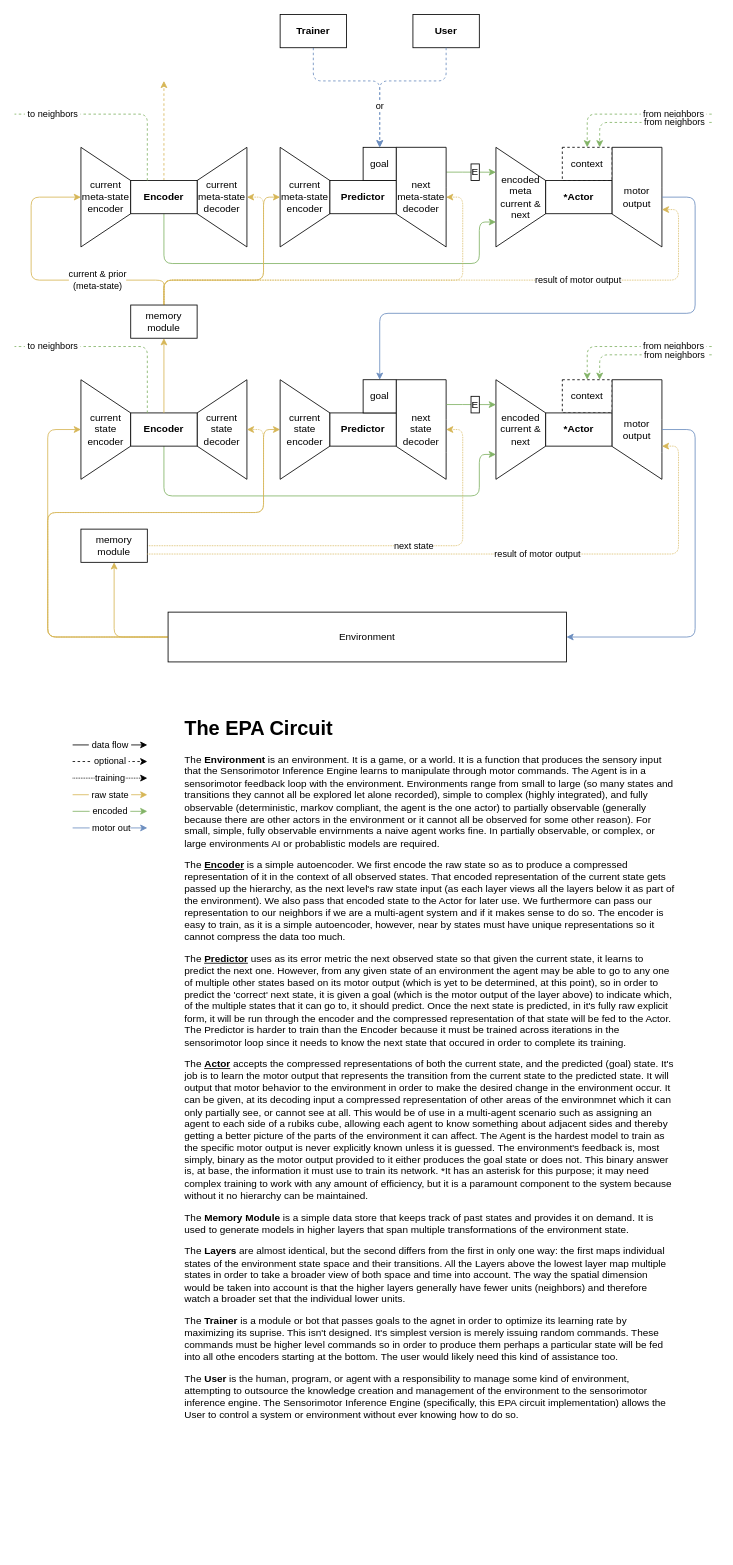
Above: docs/encoder_circuit.drawio in lastmeta/sensorimotor (draw.io), before the change. Source tidied: cells renumbered, new cells numbered last; positions are measured from the earlier drawing's top-left corner, leaving out a move shared by most shapes. Both pictures are drawn from the tidied source at 83%, with x=0, y=0 at pixel (14, 14).
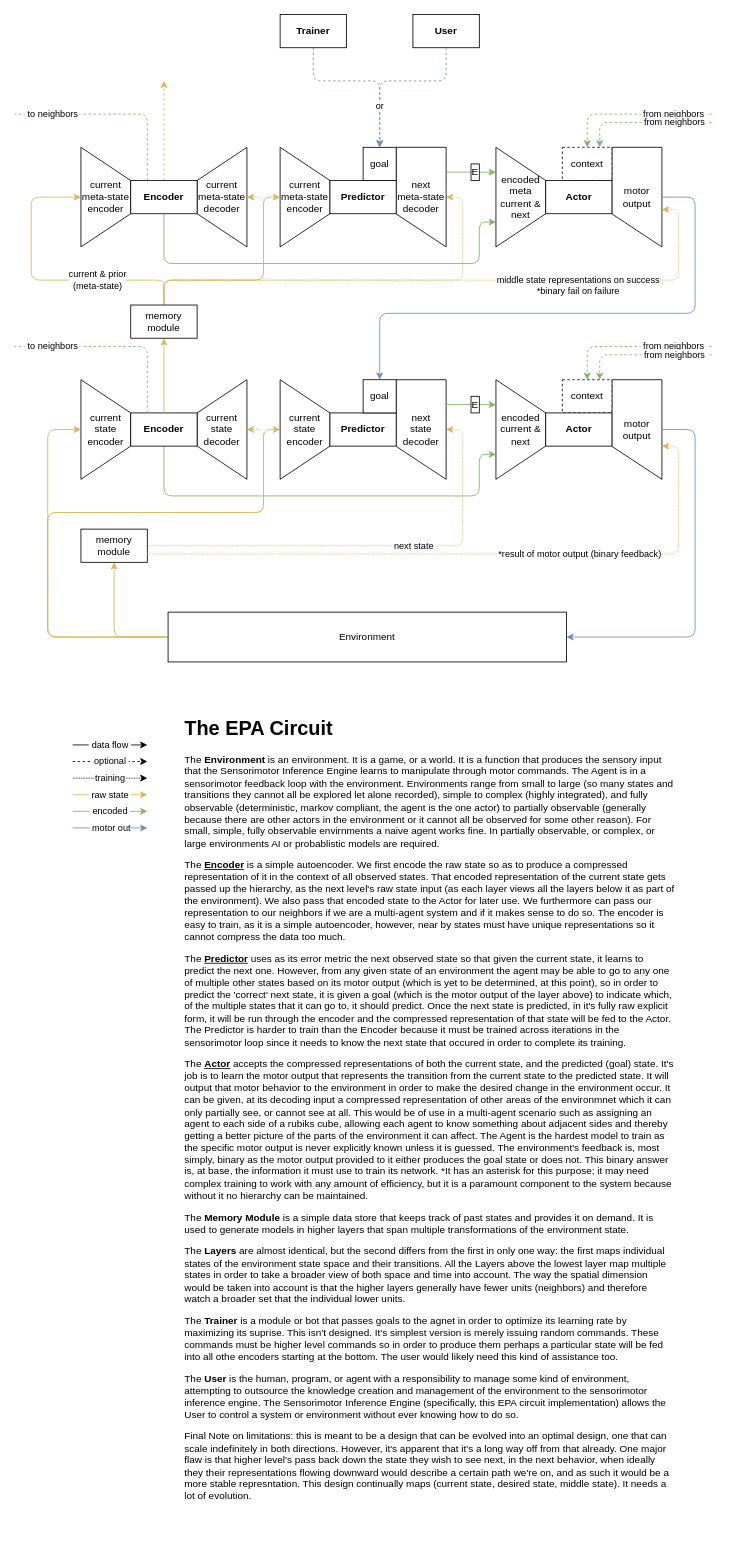
The same page after the edit.

Unchanged cells that the change refers to:
```xml
<mxCell id="31" value="motor output" style="text;html=1;strokeColor=none;fillColor=none;align=center;verticalAlign=middle;whiteSpace=wrap;rounded=0;fillStyle=auto;" parent="1" vertex="1">
  <mxGeometry x="720" y="480" width="60" height="40" as="geometry" />
</mxCell>
<mxCell id="77" value="memory module" style="rounded=0;whiteSpace=wrap;html=1;" parent="1" vertex="1">
  <mxGeometry x="80" y="620" width="80" height="40" as="geometry" />
</mxCell>
```

Diff of the diagram source:
```diff
@@
-    <mxCell id="22" value="&lt;b&gt;*Actor&lt;/b&gt;" style="text;html=1;strokeColor=none;fillColor=none;align=center;verticalAlign=middle;whiteSpace=wrap;rounded=0;" parent="1" vertex="1">
+    <mxCell id="22" value="&lt;b&gt;Actor&lt;/b&gt;" style="text;html=1;strokeColor=none;fillColor=none;align=center;verticalAlign=middle;whiteSpace=wrap;rounded=0;" parent="1" vertex="1">
       <mxGeometry x="650" y="485" width="60" height="30" as="geometry" />
     </mxCell>
@@
-    <mxCell id="50" value="&lt;b&gt;*Actor&lt;/b&gt;" style="text;html=1;strokeColor=none;fillColor=none;align=center;verticalAlign=middle;whiteSpace=wrap;rounded=0;" parent="1" vertex="1">
+    <mxCell id="50" value="&lt;b&gt;Actor&lt;/b&gt;" style="text;html=1;strokeColor=none;fillColor=none;align=center;verticalAlign=middle;whiteSpace=wrap;rounded=0;" parent="1" vertex="1">
       <mxGeometry x="650" y="205" width="60" height="30" as="geometry" />
     </mxCell>
@@
-    <mxCell id="75" value="&lt;h1&gt;The EPA Circuit&lt;/h1&gt;&lt;p&gt;The &lt;b&gt;Environment &lt;/b&gt;is an environment. It is a game, or a world. It is a function that produces the sensory input that the Sensorimotor Inference Engine learns to manipulate through motor commands. The Agent is in a sensorimotor feedback loop with the environment. Environments range from small to large (so many states and transitions they cannot all be explored let alone recorded), simple to complex (highly integrated), and fully observable (deterministic, markov compliant, the agent is the one actor) to partially observable (generally because there are other actors in the environment or it cannot all be observed for some other reason). For small, simple, fully observable envirnments a naive agent works fine. In partially observable, or complex, or large environments AI or probablistic models are required.&lt;/p&gt;&lt;p&gt;The&lt;b&gt; &lt;u&gt;Encoder&lt;/u&gt; &lt;/b&gt;is a&lt;b&gt;&amp;nbsp;&lt;/b&gt;simple autoencoder. We first encode the raw state so as to produce a compressed representation of it in the context of all observed states. That encoded representation of the current state gets passed up the hierarchy, as the next level's raw state input (as each layer views all the layers below it as part of the environment). We also pass that encoded state to the Actor for later use. We furthermore can pass our representation to our neighbors if we are a multi-agent system and if it makes sense to do so. The encoder is easy to train, as it is a simple autoencoder, however, near by states must have unique representations so it cannot compress the data too much.&lt;/p&gt;&lt;p&gt;The &lt;b&gt;&lt;u&gt;Predictor&lt;/u&gt;&lt;/b&gt;&amp;nbsp;uses as its error metric the next observed state so that given the current state, it learns to predict the next one. However, from any given state of an environment the agent may be able to go to any one of multiple other states based on its motor output (which is yet to be determined, at this point), so in order to predict the 'correct' next state, it is given a goal (which is the motor output of the layer above) to indicate which, of the multiple states that it can go to, it should predict. Once the next state is predicted, in it's fully raw explicit form, it will be run through the encoder and the compressed representation of that state will be fed to the Actor. The Predictor is harder to train than the Encoder because it must be trained across iterations in the sensorimotor loop since it needs to know the next state that occured in order to complete its training.&lt;/p&gt;&lt;p&gt;The &lt;b&gt;&lt;u&gt;Actor&lt;/u&gt;&lt;/b&gt;&amp;nbsp;accepts the compressed representations of both the current state, and the predicted (goal) state. It's job is to learn the motor output that represents the transition from the current state to the predicted state. It will output that motor behavior to the environment in order to make the desired change in the environment occur. It can be given, at its decoding input a compressed representation of other areas of the environmnet which it can only partially see, or cannot see at all. This would be of use in a multi-agent scenario such as assigning an agent to each side of a rubiks cube, allowing each agent to know something about adjacent sides and thereby getting a better picture of the parts of the environment it can affect. The Agent is the hardest model to train as the specific motor output is never explicitly known unless it is guessed. The environment's feedback is, most simply, binary as the motor output provided to it either produces the goal state or does not. This binary answer is, at base, the information it must use to train its network. *It has an asterisk for this purpose; it may need complex training to work with any amount of efficiency, but it is a paramount component to the system because without it no hierarchy can be maintained.&lt;/p&gt;&lt;p&gt;The &lt;b&gt;Memory Module &lt;/b&gt;is a simple data store that keeps track of past states and provides it on demand. It is used to generate models in higher layers that span multiple transformations of the environment state.&lt;/p&gt;&lt;p&gt;The &lt;b&gt;Layers &lt;/b&gt;are almost identical, but the second differs from the first in only one way: the first maps individual states of the environment state space and their transitions. All the Layers above the lowest layer map multiple states in order to take a broader view of both space and time into account. The way the spatial dimension would be taken into account is that the higher layers generally have fewer units (neighbors) and therefore watch a broader set that the individual lower units.&lt;/p&gt;&lt;p&gt;The &lt;b&gt;Trainer&lt;/b&gt; is a module or bot that passes goals to the agnet in order to optimize its learning rate by maximizing its suprise. This isn't designed. It's simplest version is merely issuing random commands. These commands must be higher level commands so in order to produce them perhaps a particular state will be fed into all othe encoders starting at the bottom. The user would likely need this kind of assistance too.&lt;/p&gt;&lt;p&gt;The &lt;b&gt;User&lt;/b&gt;&amp;nbsp;is the human, program, or agent with a responsibility to manage some kind of environment, attempting to outsource the knowledge creation and management of the environment to the sensorimotor inference engine. The Sensorimotor Inference Engine (specifically, this EPA circuit implementation) allows the User to control a system or environment without ever knowing how to do so.&lt;/p&gt;" style="text;html=1;strokeColor=none;fillColor=none;spacing=5;spacingTop=-20;whiteSpace=wrap;overflow=hidden;rounded=0;dashed=1;fillStyle=auto;" parent="1" vertex="1">
-      <mxGeometry x="200" y="840" width="600" height="860" as="geometry" />
+    <mxCell id="75" value="&lt;h1&gt;The EPA Circuit&lt;/h1&gt;&lt;p&gt;The &lt;b&gt;Environment &lt;/b&gt;is an environment. It is a game, or a world. It is a function that produces the sensory input that the Sensorimotor Inference Engine learns to manipulate through motor commands. The Agent is in a sensorimotor feedback loop with the environment. Environments range from small to large (so many states and transitions they cannot all be explored let alone recorded), simple to complex (highly integrated), and fully observable (deterministic, markov compliant, the agent is the one actor) to partially observable (generally because there are other actors in the environment or it cannot all be observed for some other reason). For small, simple, fully observable envirnments a naive agent works fine. In partially observable, or complex, or large environments AI or probablistic models are required.&lt;/p&gt;&lt;p&gt;The&lt;b&gt; &lt;u&gt;Encoder&lt;/u&gt; &lt;/b&gt;is a&lt;b&gt;&amp;nbsp;&lt;/b&gt;simple autoencoder. We first encode the raw state so as to produce a compressed representation of it in the context of all observed states. That encoded representation of the current state gets passed up the hierarchy, as the next level's raw state input (as each layer views all the layers below it as part of the environment). We also pass that encoded state to the Actor for later use. We furthermore can pass our representation to our neighbors if we are a multi-agent system and if it makes sense to do so. The encoder is easy to train, as it is a simple autoencoder, however, near by states must have unique representations so it cannot compress the data too much.&lt;/p&gt;&lt;p&gt;The &lt;b&gt;&lt;u&gt;Predictor&lt;/u&gt;&lt;/b&gt;&amp;nbsp;uses as its error metric the next observed state so that given the current state, it learns to predict the next one. However, from any given state of an environment the agent may be able to go to any one of multiple other states based on its motor output (which is yet to be determined, at this point), so in order to predict the 'correct' next state, it is given a goal (which is the motor output of the layer above) to indicate which, of the multiple states that it can go to, it should predict. Once the next state is predicted, in it's fully raw explicit form, it will be run through the encoder and the compressed representation of that state will be fed to the Actor. The Predictor is harder to train than the Encoder because it must be trained across iterations in the sensorimotor loop since it needs to know the next state that occured in order to complete its training.&lt;/p&gt;&lt;p&gt;The &lt;b&gt;&lt;u&gt;Actor&lt;/u&gt;&lt;/b&gt;&amp;nbsp;accepts the compressed representations of both the current state, and the predicted (goal) state. It's job is to learn the motor output that represents the transition from the current state to the predicted state. It will output that motor behavior to the environment in order to make the desired change in the environment occur. It can be given, at its decoding input a compressed representation of other areas of the environmnet which it can only partially see, or cannot see at all. This would be of use in a multi-agent scenario such as assigning an agent to each side of a rubiks cube, allowing each agent to know something about adjacent sides and thereby getting a better picture of the parts of the environment it can affect. The Agent is the hardest model to train as the specific motor output is never explicitly known unless it is guessed. The environment's feedback is, most simply, binary as the motor output provided to it either produces the goal state or does not. This binary answer is, at base, the information it must use to train its network. *It has an asterisk for this purpose; it may need complex training to work with any amount of efficiency, but it is a paramount component to the system because without it no hierarchy can be maintained.&lt;/p&gt;&lt;p&gt;The &lt;b&gt;Memory Module &lt;/b&gt;is a simple data store that keeps track of past states and provides it on demand. It is used to generate models in higher layers that span multiple transformations of the environment state.&lt;/p&gt;&lt;p&gt;The &lt;b&gt;Layers &lt;/b&gt;are almost identical, but the second differs from the first in only one way: the first maps individual states of the environment state space and their transitions. All the Layers above the lowest layer map multiple states in order to take a broader view of both space and time into account. The way the spatial dimension would be taken into account is that the higher layers generally have fewer units (neighbors) and therefore watch a broader set that the individual lower units.&lt;/p&gt;&lt;p&gt;The &lt;b&gt;Trainer&lt;/b&gt; is a module or bot that passes goals to the agnet in order to optimize its learning rate by maximizing its suprise. This isn't designed. It's simplest version is merely issuing random commands. These commands must be higher level commands so in order to produce them perhaps a particular state will be fed into all othe encoders starting at the bottom. The user would likely need this kind of assistance too.&lt;/p&gt;&lt;p&gt;The &lt;b&gt;User&lt;/b&gt;&amp;nbsp;is the human, program, or agent with a responsibility to manage some kind of environment, attempting to outsource the knowledge creation and management of the environment to the sensorimotor inference engine. The Sensorimotor Inference Engine (specifically, this EPA circuit implementation) allows the User to control a system or environment without ever knowing how to do so.&lt;/p&gt;&lt;p&gt;Final Note on limitations: this is meant to be a design that can be evolved into an optimal design, one that can scale indefinitely in both directions. However, it's apparent that it's a long way off from that already. One major flaw is that higher level's pass back down the state they wish to see next, in the next behavior, when ideally they their representations flowing downward would describe a certain path we're on, and as such it would be a more stable represntation. This design continually maps (current state, desired state, middle state). It needs a lot of evolution.&lt;/p&gt;" style="text;html=1;strokeColor=none;fillColor=none;spacing=5;spacingTop=-20;whiteSpace=wrap;overflow=hidden;rounded=0;dashed=1;fillStyle=auto;" parent="1" vertex="1">
+      <mxGeometry x="200" y="840" width="600" height="1010" as="geometry" />
     </mxCell>
@@
-    <mxCell id="83" value="result of motor output" style="edgeStyle=orthogonalEdgeStyle;html=1;entryX=1;entryY=1;entryDx=0;entryDy=0;endArrow=classic;endFill=1;elbow=vertical;fillColor=#fff2cc;gradientColor=#ffd966;strokeColor=#d6b656;exitX=1;exitY=0.75;exitDx=0;exitDy=0;dashed=1;dashPattern=1 1;" parent="1" edge="1" source="77" target="31">
-      <mxGeometry x="0.19" relative="1" as="geometry">
+    <mxCell id="83" value="*result of motor output (binary feedback)" style="edgeStyle=orthogonalEdgeStyle;html=1;entryX=1;entryY=1;entryDx=0;entryDy=0;endArrow=classic;endFill=1;elbow=vertical;fillColor=#fff2cc;gradientColor=#ffd966;strokeColor=#d6b656;exitX=1;exitY=0.75;exitDx=0;exitDy=0;dashed=1;dashPattern=1 1;" parent="1" edge="1" source="77" target="31">
+      <mxGeometry x="0.32" relative="1" as="geometry">
         <Array as="points">
           <mxPoint x="800" y="650" />
           <mxPoint x="800" y="520" />
         </Array>
       </mxGeometry>
     </mxCell>
-    <mxCell id="84" value="result of motor output" style="edgeStyle=orthogonalEdgeStyle;html=1;entryX=1;entryY=1;entryDx=0;entryDy=0;endArrow=classic;endFill=1;elbow=vertical;fillColor=#fff2cc;gradientColor=#ffd966;strokeColor=#d6b656;dashed=1;dashPattern=1 1;" parent="1" edge="1">
+    <mxCell id="84" value="&lt;br&gt;middle state representations on success&lt;br&gt;*binary fail on failure" style="edgeStyle=orthogonalEdgeStyle;html=1;entryX=1;entryY=1;entryDx=0;entryDy=0;endArrow=classic;endFill=1;elbow=vertical;fillColor=#fff2cc;gradientColor=#ffd966;strokeColor=#d6b656;dashed=1;dashPattern=1 1;" parent="1" edge="1">
       <mxGeometry x="0.4" relative="1" as="geometry">
         <mxPoint x="180" y="350" as="sourcePoint" />
         <mxPoint x="780" y="235" as="targetPoint" />
         <Array as="points">
           <mxPoint x="180" y="320" />
           <mxPoint x="800" y="320" />
           <mxPoint x="800" y="235" />
         </Array>
       </mxGeometry>
     </mxCell>
```
